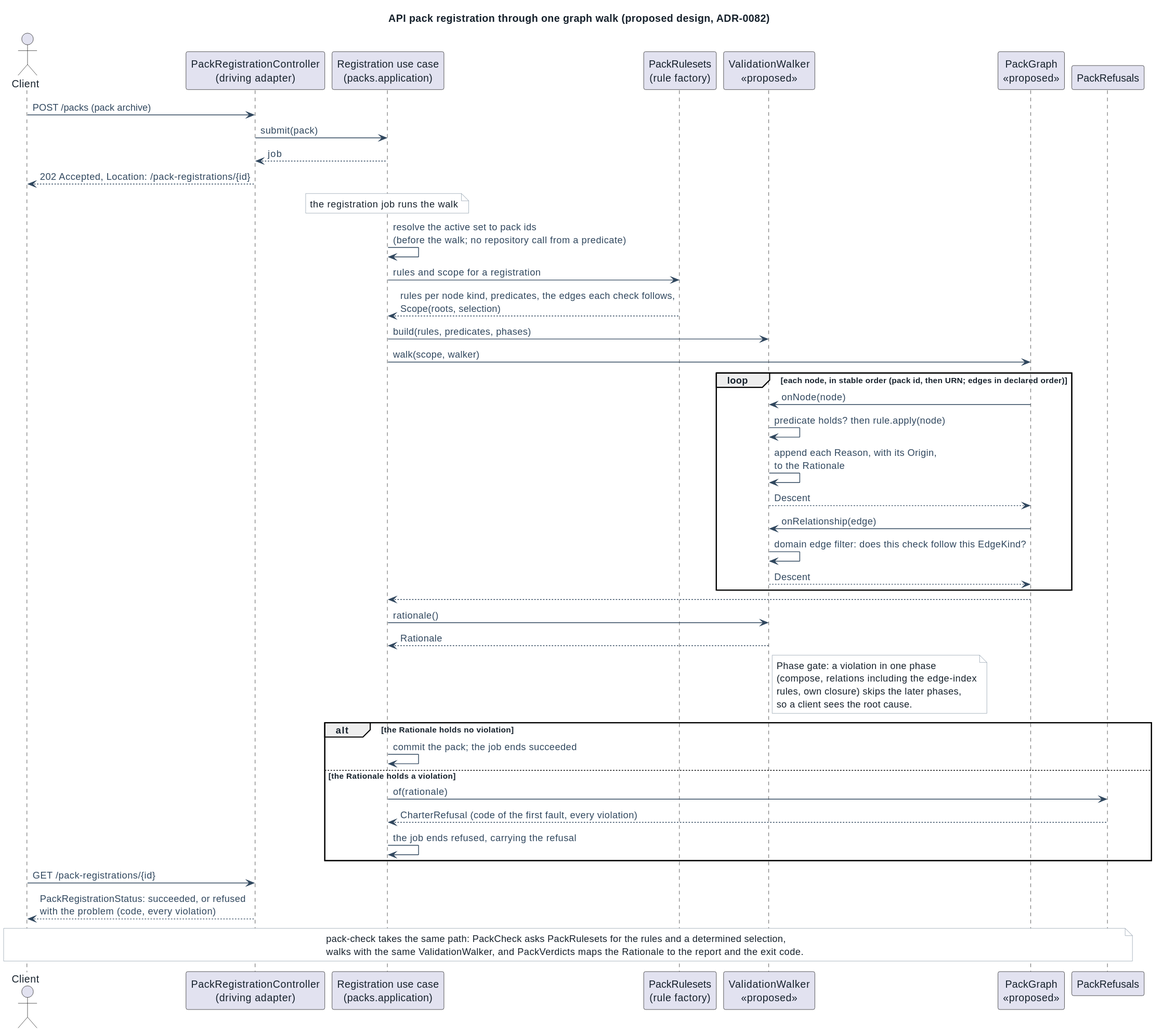
Before: docs/architecture/diagrams/graph-walk-sequence.svg, a diagram exported from PlantUML (spec-kitty/spec-kitty-charter). The source it was exported from:
```plantuml
@startuml
!include _style.iuml
title API pack registration through one graph walk (proposed design, ADR-0082)

actor Client
participant "PackRegistrationController\n(driving adapter)" as API
participant "Registration use case\n(packs.application)" as App
participant "PackRulesets\n(rule factory)" as Factory
participant "ValidationWalker\n<<proposed>>" as Walker
participant "PackGraph\n<<proposed>>" as Graph
participant "PackRefusals" as Refusals

Client -> API : POST /packs (pack archive)
API -> App : submit(pack)
App --> API : job
API --> Client : 202 Accepted, Location: /pack-registrations/{id}
note over App : the registration job runs the walk
App -> App : resolve the active set to pack ids\n(before the walk; no repository call from a predicate)
App -> Factory : rules and scope for a registration
Factory --> App : rules per node kind, predicates, the edges each check follows,\nScope(roots, selection)
App -> Walker : build(rules, predicates, phases)
App -> Graph : walk(scope, walker)
loop each node, in stable order (pack id, then URN; edges in declared order)
  Graph -> Walker : onNode(node)
  Walker -> Walker : predicate holds? then rule.apply(node)
  Walker -> Walker : append each Reason, with its Origin,\nto the Rationale
  Walker --> Graph : Descent
  Graph -> Walker : onRelationship(edge)
  Walker -> Walker : domain edge filter: does this check follow this EdgeKind?
  Walker --> Graph : Descent
end
Graph --> App
App -> Walker : rationale()
Walker --> App : Rationale
note right of Walker
  Phase gate: a violation in one phase
  (compose, relations including the edge-index
  rules, own closure) skips the later phases,
  so a client sees the root cause.
end note

alt the Rationale holds no violation
  App -> App : commit the pack; the job ends succeeded
else the Rationale holds a violation
  App -> Refusals : of(rationale)
  Refusals --> App : CharterRefusal (code of the first fault, every violation)
  App -> App : the job ends refused, carrying the refusal
end
Client -> API : GET /pack-registrations/{id}
API --> Client : PackRegistrationStatus: succeeded, or refused\nwith the problem (code, every violation)

note over Client, Refusals
  pack-check takes the same path: PackCheck asks PackRulesets for the rules and a determined selection,
  walks with the same ValidationWalker, and PackVerdicts maps the Rationale to the report and the exit code.
end note
@enduml
```
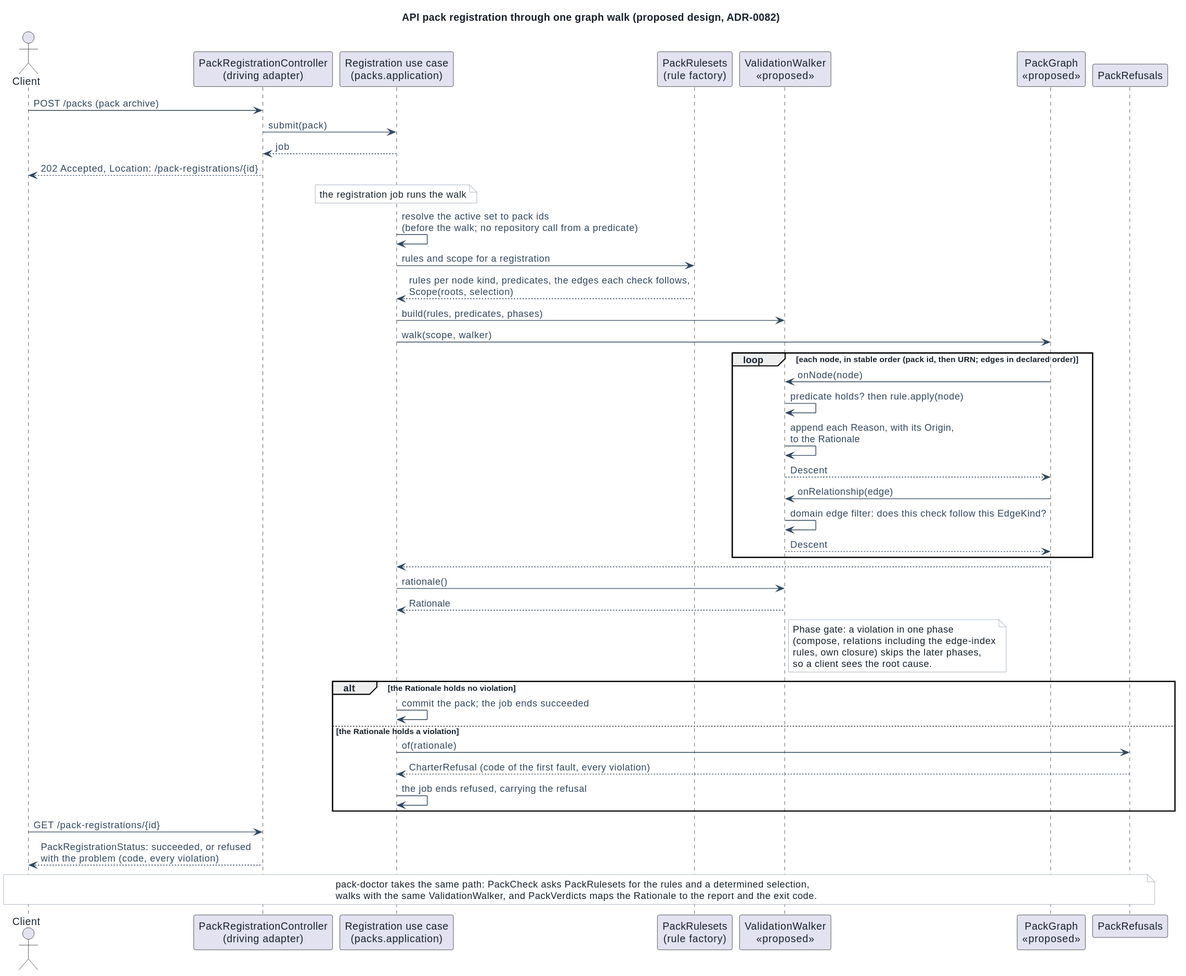
After the change.

What changed in the source:
```diff
@@ -50,7 +50,7 @@
 API --> Client : PackRegistrationStatus: succeeded, or refused\nwith the problem (code, every violation)
 
 note over Client, Refusals
-  pack-check takes the same path: PackCheck asks PackRulesets for the rules and a determined selection,
+  pack-doctor takes the same path: PackCheck asks PackRulesets for the rules and a determined selection,
   walks with the same ValidationWalker, and PackVerdicts maps the Rationale to the report and the exit code.
 end note
 @enduml
```
